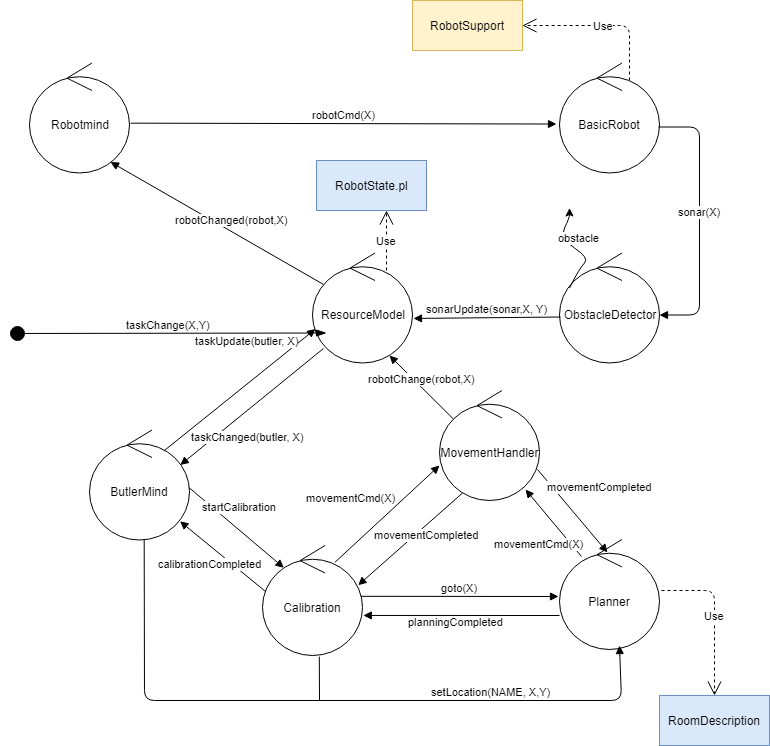
xAlessandroC/iss2019TemaFinale keeps this draw.io diagram as Docs/sprint2/sprint2Architecture.png. Above is the earlier version. Source tidied: cells renumbered, new cells last; positions are measured from the earlier drawing's top-left corner, leaving out a move shared by most shapes.
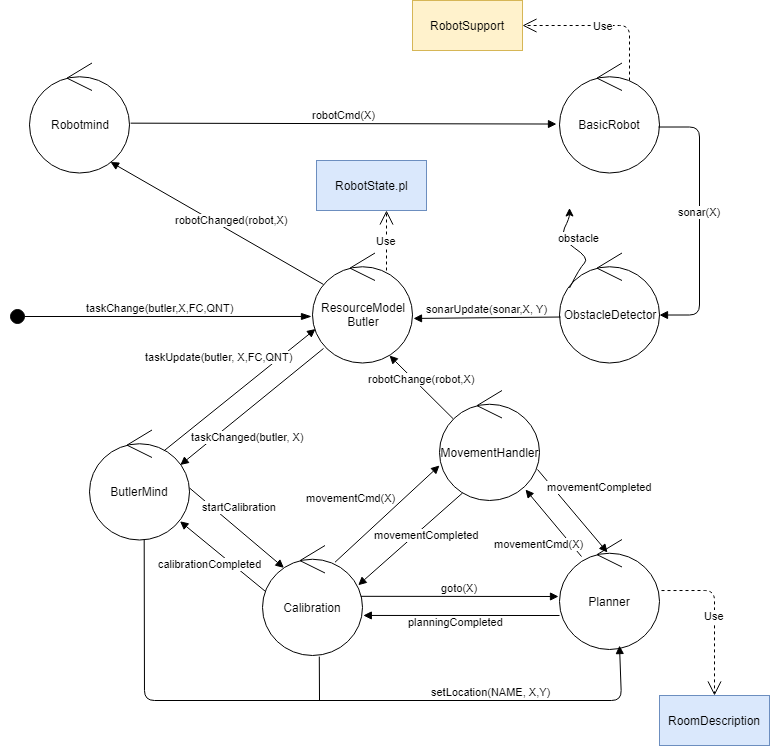
After the change.

Change to the diagram source:
```diff
@@ -8,7 +8,7 @@
     <mxCell id="3" value="Robotmind" style="ellipse;shape=umlControl;whiteSpace=wrap;html=1;" parent="1" vertex="1">
       <mxGeometry x="20" y="62.5" width="100" height="110" as="geometry" />
     </mxCell>
-    <mxCell id="4" value="ResourceModel" style="ellipse;shape=umlControl;whiteSpace=wrap;html=1;" parent="1" vertex="1">
+    <mxCell id="4" value="ResourceModel&lt;br&gt;Butler" style="ellipse;shape=umlControl;whiteSpace=wrap;html=1;" parent="1" vertex="1">
       <mxGeometry x="303" y="252.5" width="100" height="110" as="geometry" />
     </mxCell>
     <mxCell id="5" value="ObstacleDetector" style="ellipse;shape=umlControl;whiteSpace=wrap;html=1;" parent="1" vertex="1">
@@ -32,8 +32,8 @@
     <mxCell id="11" value="taskChanged(butler, X)" style="html=1;verticalAlign=bottom;endArrow=block;entryX=0.908;entryY=0.318;entryDx=0;entryDy=0;entryPerimeter=0;exitX=0.11;exitY=0.868;exitDx=0;exitDy=0;exitPerimeter=0;" parent="1" edge="1" source="4" target="6">
       <mxGeometry x="0.3" y="28" relative="1" as="geometry" />
     </mxCell>
-    <mxCell id="12" value="taskUpdate(butler, X)" style="html=1;verticalAlign=bottom;endArrow=block;entryX=0.03;entryY=0.691;entryDx=0;entryDy=0;entryPerimeter=0;exitX=0.744;exitY=0.19;exitDx=0;exitDy=0;exitPerimeter=0;" parent="1" edge="1" source="6" target="4">
-      <mxGeometry x="0.32" y="27" relative="1" as="geometry" />
+    <mxCell id="12" value="taskUpdate(butler, X,FC,QNT)" style="html=1;verticalAlign=bottom;endArrow=block;entryX=0.03;entryY=0.691;entryDx=0;entryDy=0;entryPerimeter=0;exitX=0.744;exitY=0.19;exitDx=0;exitDy=0;exitPerimeter=0;" parent="1" edge="1" source="6" target="4">
+      <mxGeometry y="32" relative="1" as="geometry" />
     </mxCell>
     <mxCell id="13" value="sonarUpdate(sonar,X, Y)" style="html=1;verticalAlign=bottom;endArrow=block;exitX=0.01;exitY=0.582;exitDx=0;exitDy=0;exitPerimeter=0;entryX=1.01;entryY=0.595;entryDx=0;entryDy=0;entryPerimeter=0;" parent="1" edge="1" source="5" target="4">
       <mxGeometry relative="1" as="geometry" />
@@ -58,10 +58,9 @@
         </Array>
       </mxGeometry>
     </mxCell>
-    <mxCell id="16" value="taskChange(X,Y)" style="html=1;verticalAlign=bottom;startArrow=circle;startFill=1;endArrow=blockThin;startSize=6;endSize=8;entryX=-0.01;entryY=0.6;entryDx=0;entryDy=0;entryPerimeter=0;endFill=1;" parent="1" edge="1">
+    <mxCell id="16" value="taskChange(butler,X,FC,QNT)" style="html=1;verticalAlign=bottom;startArrow=circle;startFill=1;endArrow=blockThin;startSize=6;endSize=8;entryX=-0.01;entryY=0.577;entryDx=0;entryDy=0;entryPerimeter=0;endFill=1;" parent="1" edge="1" target="4">
       <mxGeometry relative="1" as="geometry">
-        <mxPoint y="333" as="sourcePoint" />
-        <mxPoint x="317" y="332.5" as="targetPoint" />
+        <mxPoint y="316" as="sourcePoint" />
       </mxGeometry>
     </mxCell>
     <mxCell id="17" value="startCalibration" style="html=1;verticalAlign=bottom;endArrow=block;exitX=1;exitY=0.527;exitDx=0;exitDy=0;exitPerimeter=0;entryX=0.214;entryY=0.203;entryDx=0;entryDy=0;entryPerimeter=0;" parent="1" edge="1" source="6" target="7">
```
